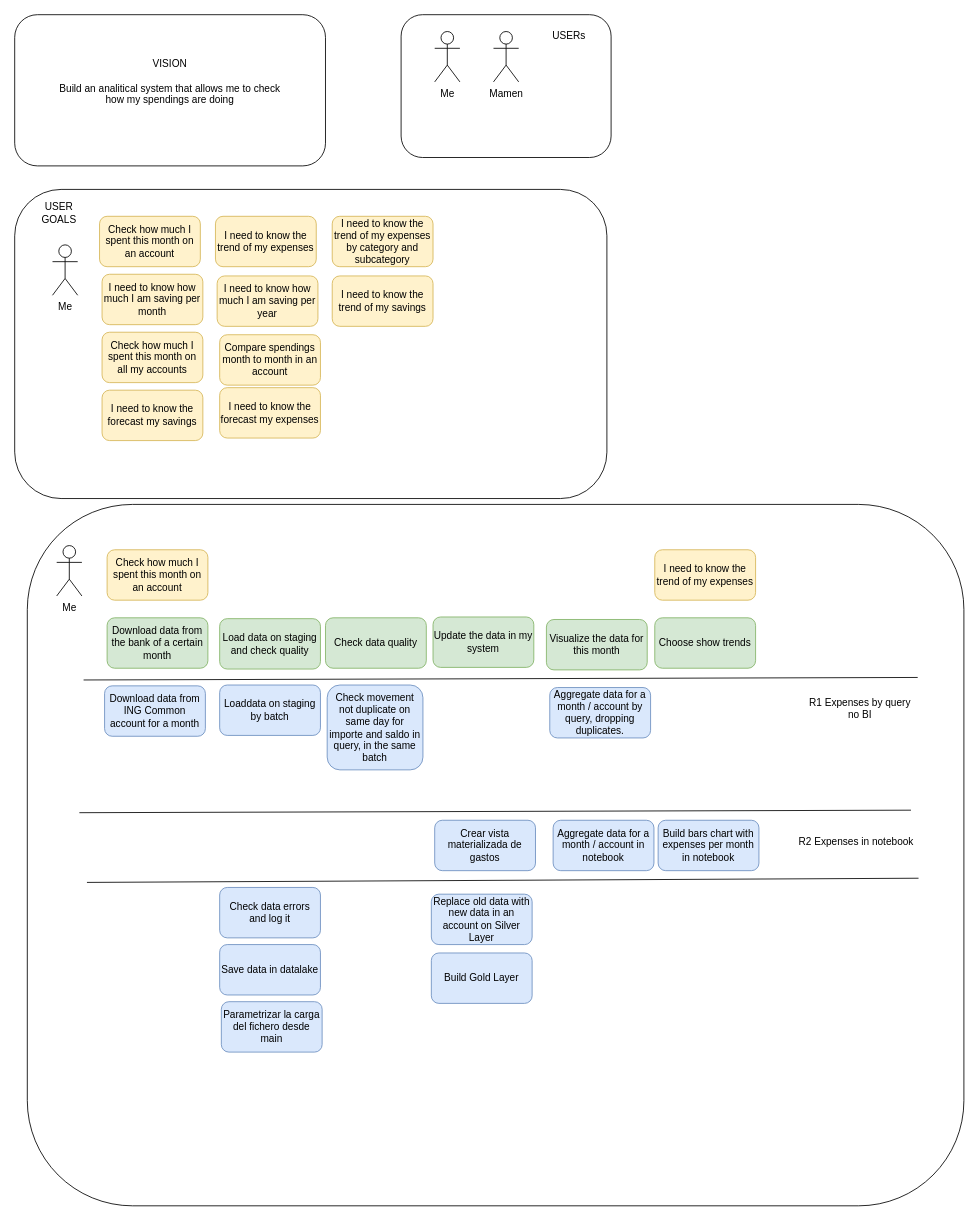
Above: page "User Story Mapping" (1 of 6) of diagrams.dio in cperezh/DataEng_Patterns (draw.io), before the change. Source tidied: cells renumbered, new cells numbered last; positions are measured from the earlier drawing's top-left corner, leaving out a move shared by most shapes. Both pictures are drawn from the tidied source at 84%, with x=0, y=0 at pixel (14, 14).
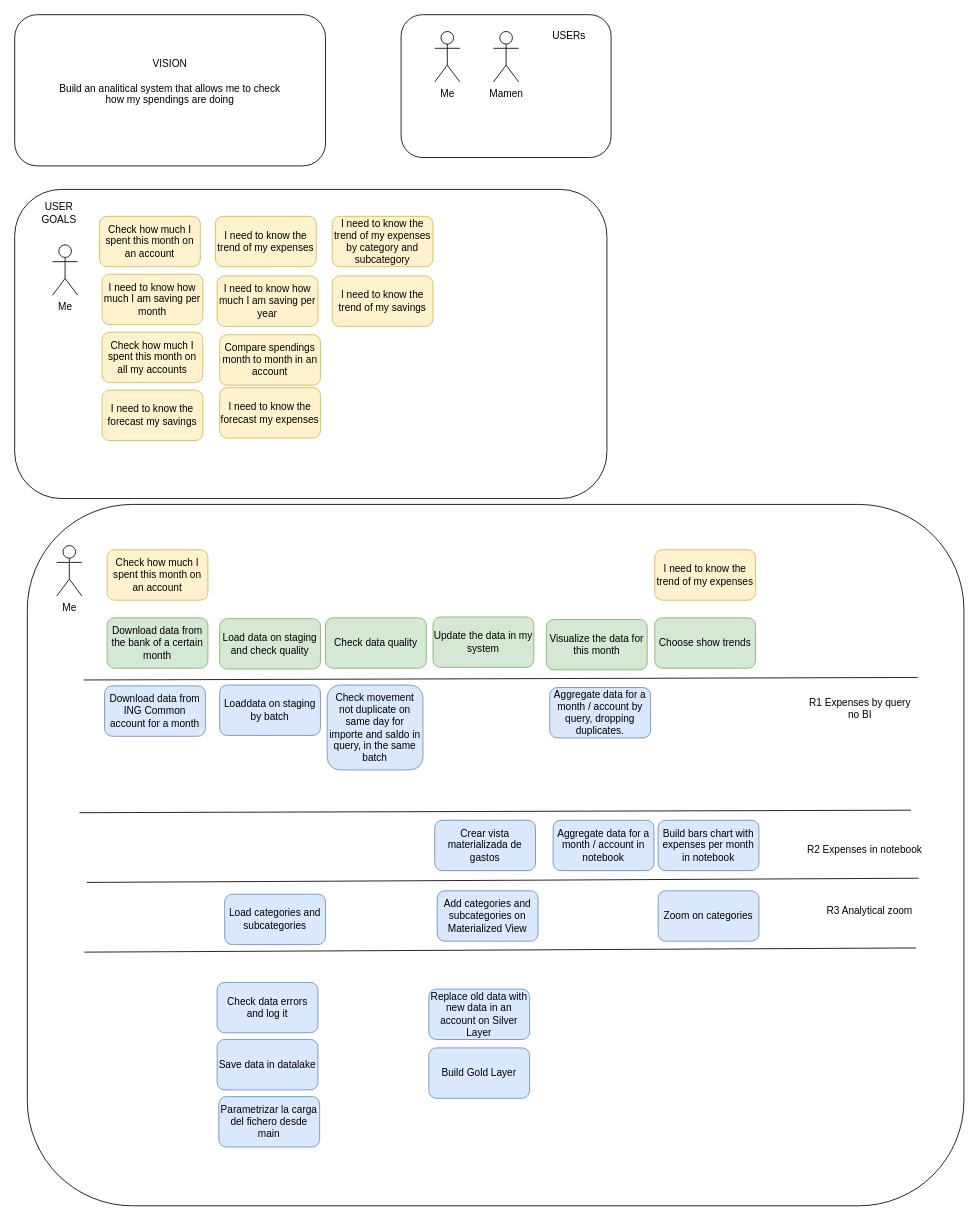
After the change.

Commit message:
added R3 Analytical zoom scope

Diff of the diagram source:
```diff
@@
     <mxCell id="29" value="Replace old data with new data in an account on Silver Layer" style="rounded=1;whiteSpace=wrap;html=1;strokeColor=#6c8ebf;align=center;verticalAlign=middle;fontFamily=Helvetica;fontSize=12;fillColor=#dae8fc;" parent="1" vertex="1">
-      <mxGeometry x="496" y="1047" width="120" height="60" as="geometry" />
+      <mxGeometry x="493" y="1160" width="120" height="60" as="geometry" />
     </mxCell>
@@
-    <mxCell id="36" value="R2 Expenses in notebook" style="text;html=1;align=center;verticalAlign=middle;whiteSpace=wrap;rounded=0;" parent="1" vertex="1">
-      <mxGeometry x="922" y="970" width="160" height="30" as="geometry" />
+    <mxCell id="36" value="R3 Analytical zoom" style="text;html=1;align=center;verticalAlign=middle;whiteSpace=wrap;rounded=0;" parent="1" vertex="1">
+      <mxGeometry x="938" y="1052" width="160" height="30" as="geometry" />
     </mxCell>
     <mxCell id="37" value="Save data in datalake" style="rounded=1;whiteSpace=wrap;html=1;strokeColor=#6c8ebf;align=center;verticalAlign=middle;fontFamily=Helvetica;fontSize=12;fillColor=#dae8fc;" parent="1" vertex="1">
-      <mxGeometry x="244" y="1107" width="120" height="60" as="geometry" />
+      <mxGeometry x="241" y="1220" width="120" height="60" as="geometry" />
     </mxCell>
     <mxCell id="38" value="Build Gold Layer" style="rounded=1;whiteSpace=wrap;html=1;strokeColor=#6c8ebf;align=center;verticalAlign=middle;fontFamily=Helvetica;fontSize=12;fillColor=#dae8fc;" parent="1" vertex="1">
-      <mxGeometry x="496" y="1117" width="120" height="60" as="geometry" />
+      <mxGeometry x="493" y="1230" width="120" height="60" as="geometry" />
     </mxCell>
@@
     <mxCell id="45" value="Check data errors and log it" style="rounded=1;whiteSpace=wrap;html=1;strokeColor=#6c8ebf;align=center;verticalAlign=middle;fontFamily=Helvetica;fontSize=12;fillColor=#dae8fc;" parent="1" vertex="1">
-      <mxGeometry x="244" y="1039" width="120" height="60" as="geometry" />
+      <mxGeometry x="241" y="1152" width="120" height="60" as="geometry" />
     </mxCell>
     <mxCell id="46" value="Parametrizar la carga del fichero desde main" style="rounded=1;whiteSpace=wrap;html=1;strokeColor=#6c8ebf;align=center;verticalAlign=middle;fontFamily=Helvetica;fontSize=12;fillColor=#dae8fc;" parent="1" vertex="1">
-      <mxGeometry x="246" y="1175" width="120" height="60" as="geometry" />
+      <mxGeometry x="243" y="1288" width="120" height="60" as="geometry" />
     </mxCell>
@@
+    <mxCell id="48" value="R2 Expenses in notebook" style="text;html=1;align=center;verticalAlign=middle;whiteSpace=wrap;rounded=0;" parent="1" vertex="1">
+      <mxGeometry x="932" y="980" width="160" height="30" as="geometry" />
+    </mxCell>
+    <mxCell id="49" style="endArrow=none;html=1;" parent="1" edge="1">
+      <mxGeometry relative="1" as="geometry">
+        <mxPoint x="83" y="1116" as="sourcePoint" />
+        <mxPoint x="1073" y="1111" as="targetPoint" />
+      </mxGeometry>
+    </mxCell>
+    <mxCell id="50" value="Zoom on categories" style="rounded=1;whiteSpace=wrap;html=1;strokeColor=#6c8ebf;align=center;verticalAlign=middle;fontFamily=Helvetica;fontSize=12;fillColor=#dae8fc;" parent="1" vertex="1">
+      <mxGeometry x="766" y="1043" width="120" height="60" as="geometry" />
+    </mxCell>
+    <mxCell id="51" value="Load categories and subcategories" style="rounded=1;whiteSpace=wrap;html=1;strokeColor=#6c8ebf;align=center;verticalAlign=middle;fontFamily=Helvetica;fontSize=12;fillColor=#dae8fc;" parent="1" vertex="1">
+      <mxGeometry x="250" y="1047" width="120" height="60" as="geometry" />
+    </mxCell>
+    <mxCell id="52" value="Add categories and subcategories on Materialized View" style="rounded=1;whiteSpace=wrap;html=1;strokeColor=#6c8ebf;align=center;verticalAlign=middle;fontFamily=Helvetica;fontSize=12;fillColor=#dae8fc;" parent="1" vertex="1">
+      <mxGeometry x="503" y="1043" width="120" height="60" as="geometry" />
+    </mxCell>
```
